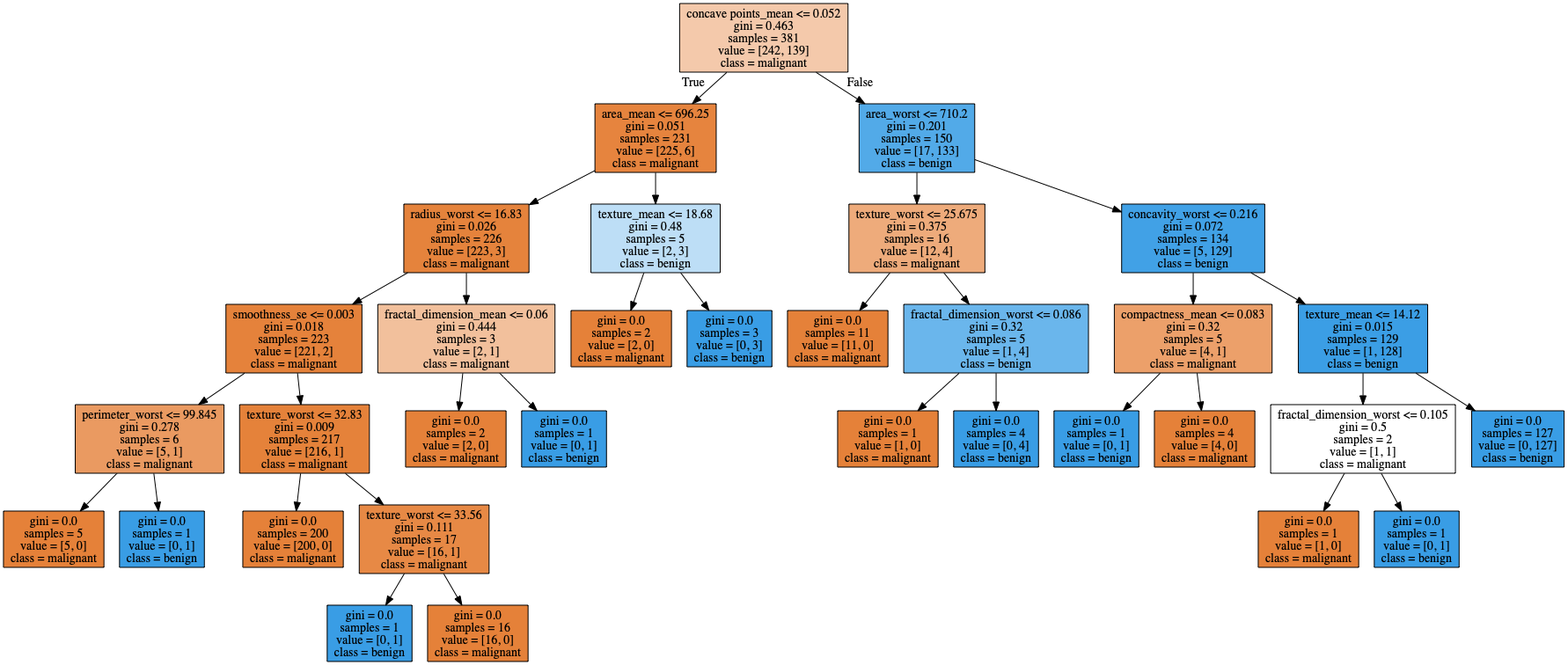
This is final_project/tree.png from bridget-haus/DSCI552-Machine-Learning, a Graphviz export, as it was before one commit. Its source is kept beside it as final_project/tree.dot. Source of this version:
```dot
digraph Tree {
node [shape=box, style="filled", color="black"] ;
0 [label="concave points_mean <= 0.052\ngini = 0.463\nsamples = 381\nvalue = [242, 139]\nclass = malignant", fillcolor="#f4c9ab"] ;
1 [label="area_mean <= 696.25\ngini = 0.051\nsamples = 231\nvalue = [225, 6]\nclass = malignant", fillcolor="#e6843e"] ;
0 -> 1 [labeldistance=2.5, labelangle=45, headlabel="True"] ;
2 [label="radius_worst <= 16.83\ngini = 0.026\nsamples = 226\nvalue = [223, 3]\nclass = malignant", fillcolor="#e5833c"] ;
1 -> 2 ;
3 [label="smoothness_se <= 0.003\ngini = 0.018\nsamples = 223\nvalue = [221, 2]\nclass = malignant", fillcolor="#e5823b"] ;
2 -> 3 ;
4 [label="perimeter_worst <= 99.845\ngini = 0.278\nsamples = 6\nvalue = [5, 1]\nclass = malignant", fillcolor="#ea9a61"] ;
3 -> 4 ;
5 [label="gini = 0.0\nsamples = 5\nvalue = [5, 0]\nclass = malignant", fillcolor="#e58139"] ;
4 -> 5 ;
6 [label="gini = 0.0\nsamples = 1\nvalue = [0, 1]\nclass = benign", fillcolor="#399de5"] ;
4 -> 6 ;
7 [label="texture_worst <= 32.83\ngini = 0.009\nsamples = 217\nvalue = [216, 1]\nclass = malignant", fillcolor="#e5823a"] ;
3 -> 7 ;
8 [label="gini = 0.0\nsamples = 200\nvalue = [200, 0]\nclass = malignant", fillcolor="#e58139"] ;
7 -> 8 ;
9 [label="texture_worst <= 33.56\ngini = 0.111\nsamples = 17\nvalue = [16, 1]\nclass = malignant", fillcolor="#e78945"] ;
7 -> 9 ;
10 [label="gini = 0.0\nsamples = 1\nvalue = [0, 1]\nclass = benign", fillcolor="#399de5"] ;
9 -> 10 ;
11 [label="gini = 0.0\nsamples = 16\nvalue = [16, 0]\nclass = malignant", fillcolor="#e58139"] ;
9 -> 11 ;
12 [label="fractal_dimension_mean <= 0.06\ngini = 0.444\nsamples = 3\nvalue = [2, 1]\nclass = malignant", fillcolor="#f2c09c"] ;
2 -> 12 ;
13 [label="gini = 0.0\nsamples = 2\nvalue = [2, 0]\nclass = malignant", fillcolor="#e58139"] ;
12 -> 13 ;
14 [label="gini = 0.0\nsamples = 1\nvalue = [0, 1]\nclass = benign", fillcolor="#399de5"] ;
12 -> 14 ;
15 [label="texture_mean <= 18.68\ngini = 0.48\nsamples = 5\nvalue = [2, 3]\nclass = benign", fillcolor="#bddef6"] ;
1 -> 15 ;
16 [label="gini = 0.0\nsamples = 2\nvalue = [2, 0]\nclass = malignant", fillcolor="#e58139"] ;
15 -> 16 ;
17 [label="gini = 0.0\nsamples = 3\nvalue = [0, 3]\nclass = benign", fillcolor="#399de5"] ;
15 -> 17 ;
18 [label="area_worst <= 710.2\ngini = 0.201\nsamples = 150\nvalue = [17, 133]\nclass = benign", fillcolor="#52aae8"] ;
0 -> 18 [labeldistance=2.5, labelangle=-45, headlabel="False"] ;
19 [label="texture_worst <= 25.675\ngini = 0.375\nsamples = 16\nvalue = [12, 4]\nclass = malignant", fillcolor="#eeab7b"] ;
18 -> 19 ;
20 [label="gini = 0.0\nsamples = 11\nvalue = [11, 0]\nclass = malignant", fillcolor="#e58139"] ;
19 -> 20 ;
21 [label="fractal_dimension_worst <= 0.086\ngini = 0.32\nsamples = 5\nvalue = [1, 4]\nclass = benign", fillcolor="#6ab6ec"] ;
19 -> 21 ;
22 [label="gini = 0.0\nsamples = 1\nvalue = [1, 0]\nclass = malignant", fillcolor="#e58139"] ;
21 -> 22 ;
23 [label="gini = 0.0\nsamples = 4\nvalue = [0, 4]\nclass = benign", fillcolor="#399de5"] ;
21 -> 23 ;
24 [label="concavity_worst <= 0.216\ngini = 0.072\nsamples = 134\nvalue = [5, 129]\nclass = benign", fillcolor="#41a1e6"] ;
18 -> 24 ;
25 [label="compactness_mean <= 0.083\ngini = 0.32\nsamples = 5\nvalue = [4, 1]\nclass = malignant", fillcolor="#eca06a"] ;
24 -> 25 ;
26 [label="gini = 0.0\nsamples = 1\nvalue = [0, 1]\nclass = benign", fillcolor="#399de5"] ;
25 -> 26 ;
27 [label="gini = 0.0\nsamples = 4\nvalue = [4, 0]\nclass = malignant", fillcolor="#e58139"] ;
25 -> 27 ;
28 [label="texture_mean <= 14.12\ngini = 0.015\nsamples = 129\nvalue = [1, 128]\nclass = benign", fillcolor="#3b9ee5"] ;
24 -> 28 ;
29 [label="fractal_dimension_worst <= 0.105\ngini = 0.5\nsamples = 2\nvalue = [1, 1]\nclass = malignant", fillcolor="#ffffff"] ;
28 -> 29 ;
30 [label="gini = 0.0\nsamples = 1\nvalue = [1, 0]\nclass = malignant", fillcolor="#e58139"] ;
29 -> 30 ;
31 [label="gini = 0.0\nsamples = 1\nvalue = [0, 1]\nclass = benign", fillcolor="#399de5"] ;
29 -> 31 ;
32 [label="gini = 0.0\nsamples = 127\nvalue = [0, 127]\nclass = benign", fillcolor="#399de5"] ;
28 -> 32 ;
}
```
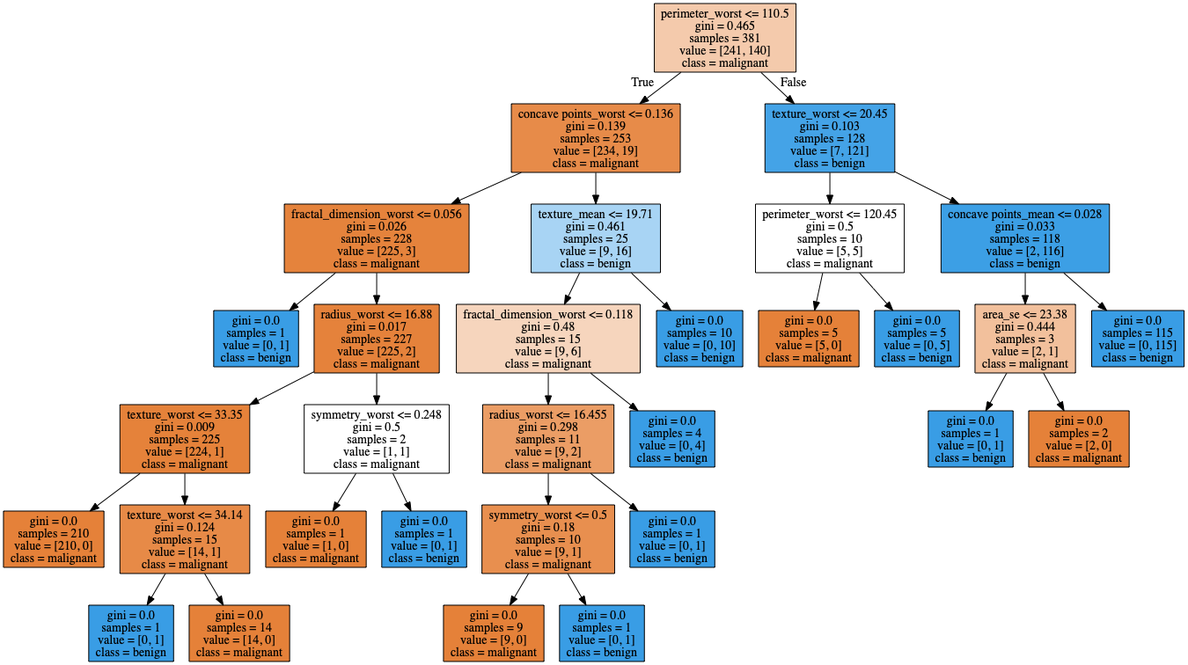
Above is the later version.

Change to the diagram source:
```diff
@@ -1,68 +1,64 @@
 digraph Tree {
 node [shape=box, style="filled", color="black"] ;
-0 [label="concave points_mean <= 0.052\ngini = 0.463\nsamples = 381\nvalue = [242, 139]\nclass = malignant", fillcolor="#f4c9ab"] ;
-1 [label="area_mean <= 696.25\ngini = 0.051\nsamples = 231\nvalue = [225, 6]\nclass = malignant", fillcolor="#e6843e"] ;
+0 [label="perimeter_worst <= 110.5\ngini = 0.465\nsamples = 381\nvalue = [241, 140]\nclass = malignant", fillcolor="#f4caac"] ;
+1 [label="concave points_worst <= 0.136\ngini = 0.139\nsamples = 253\nvalue = [234, 19]\nclass = malignant", fillcolor="#e78b49"] ;
 0 -> 1 [labeldistance=2.5, labelangle=45, headlabel="True"] ;
-2 [label="radius_worst <= 16.83\ngini = 0.026\nsamples = 226\nvalue = [223, 3]\nclass = malignant", fillcolor="#e5833c"] ;
+2 [label="fractal_dimension_worst <= 0.056\ngini = 0.026\nsamples = 228\nvalue = [225, 3]\nclass = malignant", fillcolor="#e5833c"] ;
 1 -> 2 ;
-3 [label="smoothness_se <= 0.003\ngini = 0.018\nsamples = 223\nvalue = [221, 2]\nclass = malignant", fillcolor="#e5823b"] ;
+3 [label="gini = 0.0\nsamples = 1\nvalue = [0, 1]\nclass = benign", fillcolor="#399de5"] ;
 2 -> 3 ;
-4 [label="perimeter_worst <= 99.845\ngini = 0.278\nsamples = 6\nvalue = [5, 1]\nclass = malignant", fillcolor="#ea9a61"] ;
-3 -> 4 ;
-5 [label="gini = 0.0\nsamples = 5\nvalue = [5, 0]\nclass = malignant", fillcolor="#e58139"] ;
+4 [label="radius_worst <= 16.88\ngini = 0.017\nsamples = 227\nvalue = [225, 2]\nclass = malignant", fillcolor="#e5823b"] ;
+2 -> 4 ;
+5 [label="texture_worst <= 33.35\ngini = 0.009\nsamples = 225\nvalue = [224, 1]\nclass = malignant", fillcolor="#e5823a"] ;
 4 -> 5 ;
-6 [label="gini = 0.0\nsamples = 1\nvalue = [0, 1]\nclass = benign", fillcolor="#399de5"] ;
-4 -> 6 ;
-7 [label="texture_worst <= 32.83\ngini = 0.009\nsamples = 217\nvalue = [216, 1]\nclass = malignant", fillcolor="#e5823a"] ;
-3 -> 7 ;
-8 [label="gini = 0.0\nsamples = 200\nvalue = [200, 0]\nclass = malignant", fillcolor="#e58139"] ;
+6 [label="gini = 0.0\nsamples = 210\nvalue = [210, 0]\nclass = malignant", fillcolor="#e58139"] ;
+5 -> 6 ;
+7 [label="texture_worst <= 34.14\ngini = 0.124\nsamples = 15\nvalue = [14, 1]\nclass = malignant", fillcolor="#e78a47"] ;
+5 -> 7 ;
+8 [label="gini = 0.0\nsamples = 1\nvalue = [0, 1]\nclass = benign", fillcolor="#399de5"] ;
 7 -> 8 ;
-9 [label="texture_worst <= 33.56\ngini = 0.111\nsamples = 17\nvalue = [16, 1]\nclass = malignant", fillcolor="#e78945"] ;
+9 [label="gini = 0.0\nsamples = 14\nvalue = [14, 0]\nclass = malignant", fillcolor="#e58139"] ;
 7 -> 9 ;
-10 [label="gini = 0.0\nsamples = 1\nvalue = [0, 1]\nclass = benign", fillcolor="#399de5"] ;
-9 -> 10 ;
-11 [label="gini = 0.0\nsamples = 16\nvalue = [16, 0]\nclass = malignant", fillcolor="#e58139"] ;
-9 -> 11 ;
-12 [label="fractal_dimension_mean <= 0.06\ngini = 0.444\nsamples = 3\nvalue = [2, 1]\nclass = malignant", fillcolor="#f2c09c"] ;
-2 -> 12 ;
-13 [label="gini = 0.0\nsamples = 2\nvalue = [2, 0]\nclass = malignant", fillcolor="#e58139"] ;
-12 -> 13 ;
-14 [label="gini = 0.0\nsamples = 1\nvalue = [0, 1]\nclass = benign", fillcolor="#399de5"] ;
-12 -> 14 ;
-15 [label="texture_mean <= 18.68\ngini = 0.48\nsamples = 5\nvalue = [2, 3]\nclass = benign", fillcolor="#bddef6"] ;
-1 -> 15 ;
-16 [label="gini = 0.0\nsamples = 2\nvalue = [2, 0]\nclass = malignant", fillcolor="#e58139"] ;
+10 [label="symmetry_worst <= 0.248\ngini = 0.5\nsamples = 2\nvalue = [1, 1]\nclass = malignant", fillcolor="#ffffff"] ;
+4 -> 10 ;
+11 [label="gini = 0.0\nsamples = 1\nvalue = [1, 0]\nclass = malignant", fillcolor="#e58139"] ;
+10 -> 11 ;
+12 [label="gini = 0.0\nsamples = 1\nvalue = [0, 1]\nclass = benign", fillcolor="#399de5"] ;
+10 -> 12 ;
+13 [label="texture_mean <= 19.71\ngini = 0.461\nsamples = 25\nvalue = [9, 16]\nclass = benign", fillcolor="#a8d4f4"] ;
+1 -> 13 ;
+14 [label="fractal_dimension_worst <= 0.118\ngini = 0.48\nsamples = 15\nvalue = [9, 6]\nclass = malignant", fillcolor="#f6d5bd"] ;
+13 -> 14 ;
+15 [label="radius_worst <= 16.455\ngini = 0.298\nsamples = 11\nvalue = [9, 2]\nclass = malignant", fillcolor="#eb9d65"] ;
+14 -> 15 ;
+16 [label="symmetry_worst <= 0.5\ngini = 0.18\nsamples = 10\nvalue = [9, 1]\nclass = malignant", fillcolor="#e88f4f"] ;
 15 -> 16 ;
-17 [label="gini = 0.0\nsamples = 3\nvalue = [0, 3]\nclass = benign", fillcolor="#399de5"] ;
-15 -> 17 ;
-18 [label="area_worst <= 710.2\ngini = 0.201\nsamples = 150\nvalue = [17, 133]\nclass = benign", fillcolor="#52aae8"] ;
-0 -> 18 [labeldistance=2.5, labelangle=-45, headlabel="False"] ;
-19 [label="texture_worst <= 25.675\ngini = 0.375\nsamples = 16\nvalue = [12, 4]\nclass = malignant", fillcolor="#eeab7b"] ;
-18 -> 19 ;
-20 [label="gini = 0.0\nsamples = 11\nvalue = [11, 0]\nclass = malignant", fillcolor="#e58139"] ;
-19 -> 20 ;
-21 [label="fractal_dimension_worst <= 0.086\ngini = 0.32\nsamples = 5\nvalue = [1, 4]\nclass = benign", fillcolor="#6ab6ec"] ;
-19 -> 21 ;
-22 [label="gini = 0.0\nsamples = 1\nvalue = [1, 0]\nclass = malignant", fillcolor="#e58139"] ;
-21 -> 22 ;
-23 [label="gini = 0.0\nsamples = 4\nvalue = [0, 4]\nclass = benign", fillcolor="#399de5"] ;
-21 -> 23 ;
-24 [label="concavity_worst <= 0.216\ngini = 0.072\nsamples = 134\nvalue = [5, 129]\nclass = benign", fillcolor="#41a1e6"] ;
-18 -> 24 ;
-25 [label="compactness_mean <= 0.083\ngini = 0.32\nsamples = 5\nvalue = [4, 1]\nclass = malignant", fillcolor="#eca06a"] ;
-24 -> 25 ;
-26 [label="gini = 0.0\nsamples = 1\nvalue = [0, 1]\nclass = benign", fillcolor="#399de5"] ;
-25 -> 26 ;
-27 [label="gini = 0.0\nsamples = 4\nvalue = [4, 0]\nclass = malignant", fillcolor="#e58139"] ;
-25 -> 27 ;
-28 [label="texture_mean <= 14.12\ngini = 0.015\nsamples = 129\nvalue = [1, 128]\nclass = benign", fillcolor="#3b9ee5"] ;
-24 -> 28 ;
-29 [label="fractal_dimension_worst <= 0.105\ngini = 0.5\nsamples = 2\nvalue = [1, 1]\nclass = malignant", fillcolor="#ffffff"] ;
-28 -> 29 ;
-30 [label="gini = 0.0\nsamples = 1\nvalue = [1, 0]\nclass = malignant", fillcolor="#e58139"] ;
-29 -> 30 ;
-31 [label="gini = 0.0\nsamples = 1\nvalue = [0, 1]\nclass = benign", fillcolor="#399de5"] ;
-29 -> 31 ;
-32 [label="gini = 0.0\nsamples = 127\nvalue = [0, 127]\nclass = benign", fillcolor="#399de5"] ;
-28 -> 32 ;
+17 [label="gini = 0.0\nsamples = 9\nvalue = [9, 0]\nclass = malignant", fillcolor="#e58139"] ;
+16 -> 17 ;
+18 [label="gini = 0.0\nsamples = 1\nvalue = [0, 1]\nclass = benign", fillcolor="#399de5"] ;
+16 -> 18 ;
+19 [label="gini = 0.0\nsamples = 1\nvalue = [0, 1]\nclass = benign", fillcolor="#399de5"] ;
+15 -> 19 ;
+20 [label="gini = 0.0\nsamples = 4\nvalue = [0, 4]\nclass = benign", fillcolor="#399de5"] ;
+14 -> 20 ;
+21 [label="gini = 0.0\nsamples = 10\nvalue = [0, 10]\nclass = benign", fillcolor="#399de5"] ;
+13 -> 21 ;
+22 [label="texture_worst <= 20.45\ngini = 0.103\nsamples = 128\nvalue = [7, 121]\nclass = benign", fillcolor="#44a3e7"] ;
+0 -> 22 [labeldistance=2.5, labelangle=-45, headlabel="False"] ;
+23 [label="perimeter_worst <= 120.45\ngini = 0.5\nsamples = 10\nvalue = [5, 5]\nclass = malignant", fillcolor="#ffffff"] ;
+22 -> 23 ;
+24 [label="gini = 0.0\nsamples = 5\nvalue = [5, 0]\nclass = malignant", fillcolor="#e58139"] ;
+23 -> 24 ;
+25 [label="gini = 0.0\nsamples = 5\nvalue = [0, 5]\nclass = benign", fillcolor="#399de5"] ;
+23 -> 25 ;
+26 [label="concave points_mean <= 0.028\ngini = 0.033\nsamples = 118\nvalue = [2, 116]\nclass = benign", fillcolor="#3c9fe5"] ;
+22 -> 26 ;
+27 [label="area_se <= 23.38\ngini = 0.444\nsamples = 3\nvalue = [2, 1]\nclass = malignant", fillcolor="#f2c09c"] ;
+26 -> 27 ;
+28 [label="gini = 0.0\nsamples = 1\nvalue = [0, 1]\nclass = benign", fillcolor="#399de5"] ;
+27 -> 28 ;
+29 [label="gini = 0.0\nsamples = 2\nvalue = [2, 0]\nclass = malignant", fillcolor="#e58139"] ;
+27 -> 29 ;
+30 [label="gini = 0.0\nsamples = 115\nvalue = [0, 115]\nclass = benign", fillcolor="#399de5"] ;
+26 -> 30 ;
 }
```
